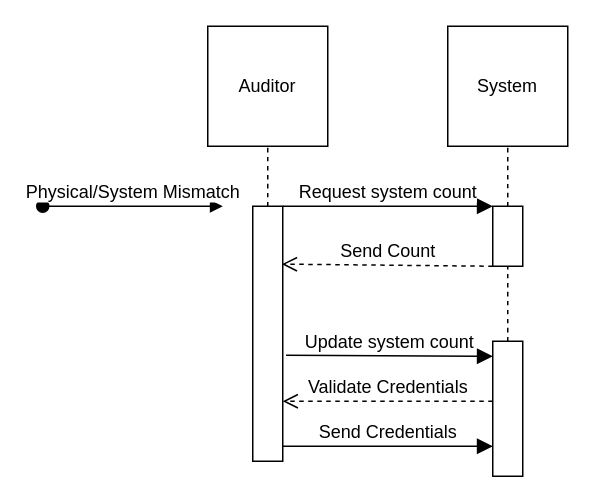
This is Untitled Diagram.drawio from ConnorGaskill/UML, a draw.io file, before an edit. Source tidied: cells renumbered, new cells numbered last; positions are measured from the earlier drawing's top-left corner, leaving out a move shared by most shapes. Both pictures are drawn from the tidied source at 150%, with x=0, y=0 at pixel (42, 26).
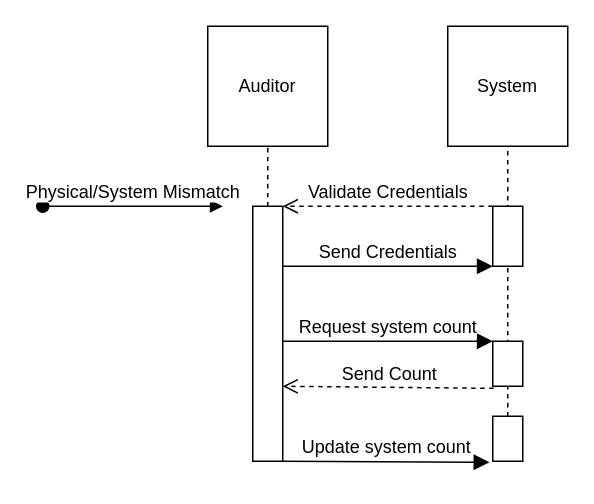
After the change.

Unchanged cells that the change refers to:
```xml
<mxCell id="2" value="System" style="whiteSpace=wrap;html=1;" parent="1" vertex="1">
  <mxGeometry x="270" width="80" height="80" as="geometry" />
</mxCell>
<mxCell id="5" style="rounded=0;whiteSpace=wrap;html=1;" parent="1" vertex="1">
  <mxGeometry x="140" y="120" width="20" height="170" as="geometry" />
</mxCell>
<mxCell id="9" style="rounded=0;whiteSpace=wrap;html=1;" parent="1" vertex="1">
  <mxGeometry x="300" y="120" width="20" height="40" as="geometry" />
</mxCell>
```

Diff of the diagram source:
```diff
@@
-    <mxCell id="7" style="endArrow=none;dashed=1;html=1;rounded=0;fontSize=12;startSize=8;endSize=8;curved=1;entryX=0.5;entryY=1;entryDx=0;entryDy=0;" parent="1" edge="1" source="13" target="2">
+    <mxCell id="7" style="endArrow=none;dashed=1;html=1;rounded=0;fontSize=12;startSize=8;endSize=8;curved=1;entryX=0.5;entryY=1;entryDx=0;entryDy=0;exitX=0.5;exitY=1;exitDx=0;exitDy=0;" parent="1" edge="1" source="18" target="2">
       <mxGeometry relative="1" as="geometry" />
     </mxCell>
@@
-    <mxCell id="10" value="Request system count" style="html=1;verticalAlign=bottom;endArrow=block;curved=0;rounded=0;fontSize=12;startSize=8;endSize=8;exitX=1;exitY=0;exitDx=0;exitDy=0;entryX=0;entryY=0;entryDx=0;entryDy=0;" parent="1" edge="1" source="5" target="9">
-      <mxGeometry relative="1" as="geometry" />
+    <mxCell id="10" value="Request system count" style="html=1;verticalAlign=bottom;endArrow=block;curved=0;rounded=0;fontSize=12;startSize=8;endSize=8;exitX=1;exitY=0;exitDx=0;exitDy=0;entryX=0;entryY=0;entryDx=0;entryDy=0;" parent="1" edge="1">
+      <mxGeometry relative="1" as="geometry">
+        <mxPoint x="160" y="210" as="sourcePoint" />
+        <mxPoint x="300" y="210" as="targetPoint" />
+      </mxGeometry>
     </mxCell>
@@
     <mxCell id="13" style="rounded=0;whiteSpace=wrap;html=1;" parent="1" vertex="1">
-      <mxGeometry x="300" y="210" width="20" height="90" as="geometry" />
+      <mxGeometry x="300" y="210" width="20" height="30" as="geometry" />
     </mxCell>
-    <mxCell id="14" value="Update system count" style="html=1;verticalAlign=bottom;endArrow=block;curved=0;rounded=0;fontSize=12;startSize=8;endSize=8;exitX=1.11;exitY=0.584;exitDx=0;exitDy=0;exitPerimeter=0;" parent="1" edge="1" source="5">
+    <mxCell id="14" value="Update system count" style="html=1;verticalAlign=bottom;endArrow=block;curved=0;rounded=0;fontSize=12;startSize=8;endSize=8;exitX=1.11;exitY=0.584;exitDx=0;exitDy=0;exitPerimeter=0;" parent="1" edge="1">
       <mxGeometry relative="1" as="geometry">
-        <mxPoint x="300" y="220" as="targetPoint" />
+        <mxPoint x="160" y="290" as="sourcePoint" />
+        <mxPoint x="297.8" y="290.7" as="targetPoint" />
       </mxGeometry>
     </mxCell>
-    <mxCell id="15" value="Send Count" style="html=1;verticalAlign=bottom;endArrow=open;dashed=1;endSize=8;curved=0;rounded=0;fontSize=12;entryX=0.972;entryY=0.227;entryDx=0;entryDy=0;entryPerimeter=0;exitX=0;exitY=1;exitDx=0;exitDy=0;" parent="1" edge="1" source="9" target="5">
-      <mxGeometry relative="1" as="geometry" />
+    <mxCell id="15" value="Send Count" style="html=1;verticalAlign=bottom;endArrow=open;dashed=1;endSize=8;curved=0;rounded=0;fontSize=12;entryX=0.972;entryY=0.227;entryDx=0;entryDy=0;entryPerimeter=0;exitX=0;exitY=1;exitDx=0;exitDy=0;" parent="1" edge="1">
+      <mxGeometry relative="1" as="geometry">
+        <mxPoint x="300.6" y="241.4" as="sourcePoint" />
+        <mxPoint x="160" y="240" as="targetPoint" />
+      </mxGeometry>
     </mxCell>
     <mxCell id="16" value="Validate Credentials" style="html=1;verticalAlign=bottom;endArrow=open;dashed=1;endSize=8;curved=0;rounded=0;fontSize=12;" parent="1" edge="1">
       <mxGeometry relative="1" as="geometry">
-        <mxPoint x="300" y="250" as="sourcePoint" />
-        <mxPoint x="160" y="250" as="targetPoint" />
+        <mxPoint x="300" y="120" as="sourcePoint" />
+        <mxPoint x="160" y="120" as="targetPoint" />
       </mxGeometry>
     </mxCell>
     <mxCell id="17" value="Send Credentials" style="html=1;verticalAlign=bottom;endArrow=block;curved=0;rounded=0;fontSize=12;startSize=8;endSize=8;" parent="1" edge="1">
       <mxGeometry relative="1" as="geometry">
-        <mxPoint x="160" y="280" as="sourcePoint" />
-        <mxPoint x="300" y="280" as="targetPoint" />
+        <mxPoint x="160" y="160" as="sourcePoint" />
+        <mxPoint x="300" y="160" as="targetPoint" />
       </mxGeometry>
     </mxCell>
+    <mxCell id="18" style="rounded=0;whiteSpace=wrap;html=1;" parent="1" vertex="1">
+      <mxGeometry x="300" y="260" width="20" height="30" as="geometry" />
+    </mxCell>
```
